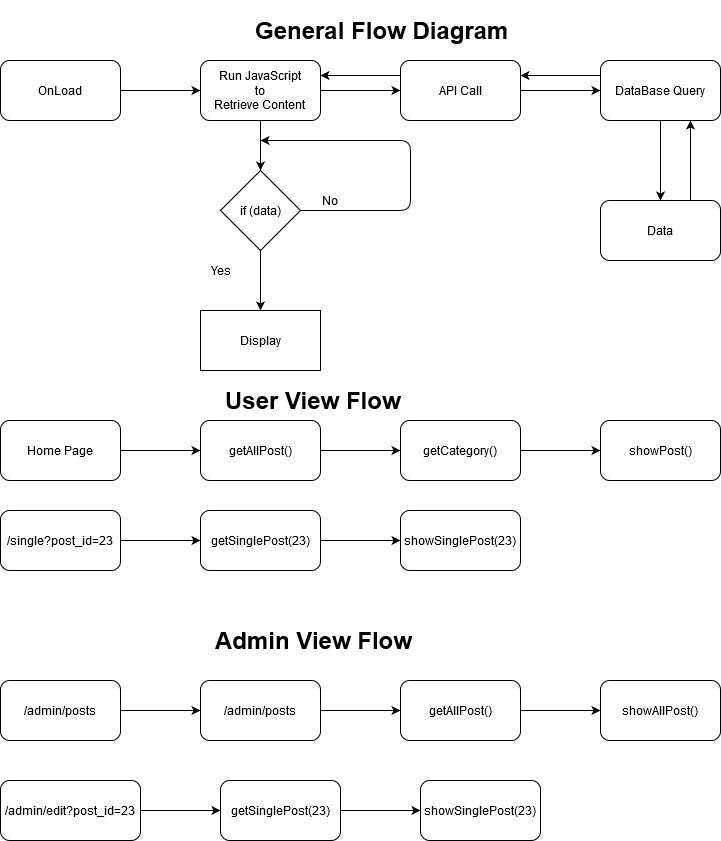
The draw.io diagram public/images/flow_diagram.png in shubhamtyagihkt/cms-nodejs, before a commit. Source tidied: cells renumbered, new cells last; positions are measured from the earlier drawing's top-left corner, leaving out a move shared by most shapes. Source of this version:
```xml
<mxGraphModel>
  <root>
    <mxCell id="0" />
    <mxCell id="1" parent="0" />
    <mxCell id="2" style="edgeStyle=orthogonalEdgeStyle;rounded=0;jettySize=auto;html=1;" parent="1" edge="1" source="3" target="6">
      <mxGeometry relative="1" as="geometry" />
    </mxCell>
    <mxCell id="3" value="OnLoad" style="rounded=1;whiteSpace=wrap;html=1;" parent="1" vertex="1">
      <mxGeometry y="50" width="120" height="60" as="geometry" />
    </mxCell>
    <mxCell id="4" style="edgeStyle=orthogonalEdgeStyle;rounded=0;jettySize=auto;html=1;" parent="1" edge="1" source="6" target="8">
      <mxGeometry relative="1" as="geometry" />
    </mxCell>
    <mxCell id="5" style="edgeStyle=orthogonalEdgeStyle;rounded=0;jettySize=auto;html=1;" parent="1" edge="1" source="6">
      <mxGeometry relative="1" as="geometry">
        <mxPoint x="260" y="160" as="targetPoint" />
      </mxGeometry>
    </mxCell>
    <mxCell id="6" value="&lt;div&gt;Run JavaScript&lt;/div&gt;&lt;div&gt;to &lt;br&gt;&lt;/div&gt;&lt;div&gt;Retrieve Content&lt;br&gt;&lt;/div&gt;" style="rounded=1;whiteSpace=wrap;html=1;" parent="1" vertex="1">
      <mxGeometry x="200" y="50" width="120" height="60" as="geometry" />
    </mxCell>
    <mxCell id="7" style="edgeStyle=orthogonalEdgeStyle;rounded=0;jettySize=auto;html=1;" parent="1" edge="1" source="8" target="10">
      <mxGeometry relative="1" as="geometry" />
    </mxCell>
    <mxCell id="8" value="API Call" style="rounded=1;whiteSpace=wrap;html=1;" parent="1" vertex="1">
      <mxGeometry x="400" y="50" width="120" height="60" as="geometry" />
    </mxCell>
    <mxCell id="9" style="edgeStyle=orthogonalEdgeStyle;rounded=0;jettySize=auto;html=1;" parent="1" edge="1" source="10" target="11">
      <mxGeometry relative="1" as="geometry" />
    </mxCell>
    <mxCell id="10" value="DataBase Query" style="rounded=1;whiteSpace=wrap;html=1;" parent="1" vertex="1">
      <mxGeometry x="600" y="50" width="120" height="60" as="geometry" />
    </mxCell>
    <mxCell id="11" value="Data" style="rounded=1;whiteSpace=wrap;html=1;" parent="1" vertex="1">
      <mxGeometry x="600" y="190" width="120" height="60" as="geometry" />
    </mxCell>
    <mxCell id="12" style="endArrow=classic;html=1;exitX=0.75;exitY=0;exitDx=0;exitDy=0;entryX=0.75;entryY=1;entryDx=0;entryDy=0;" parent="1" edge="1" source="11" target="10">
      <mxGeometry relative="1" as="geometry" />
    </mxCell>
    <mxCell id="13" style="endArrow=classic;html=1;exitX=0;exitY=0.25;exitDx=0;exitDy=0;entryX=1;entryY=0.25;entryDx=0;entryDy=0;" parent="1" edge="1" source="10" target="8">
      <mxGeometry relative="1" as="geometry" />
    </mxCell>
    <mxCell id="14" style="endArrow=classic;html=1;exitX=0;exitY=0.25;exitDx=0;exitDy=0;entryX=1;entryY=0.25;entryDx=0;entryDy=0;" parent="1" edge="1" source="8" target="6">
      <mxGeometry relative="1" as="geometry" />
    </mxCell>
    <mxCell id="15" style="edgeStyle=orthogonalEdgeStyle;rounded=0;jettySize=auto;html=1;" parent="1" edge="1" source="16" target="17">
      <mxGeometry relative="1" as="geometry" />
    </mxCell>
    <mxCell id="16" value="if (data)" style="rhombus;whiteSpace=wrap;html=1;" parent="1" vertex="1">
      <mxGeometry x="220" y="160" width="80" height="80" as="geometry" />
    </mxCell>
    <mxCell id="17" value="Display" style="whiteSpace=wrap;html=1;" parent="1" vertex="1">
      <mxGeometry x="200" y="300" width="120" height="60" as="geometry" />
    </mxCell>
    <mxCell id="18" style="endArrow=classic;html=1;exitX=1;exitY=0.5;exitDx=0;exitDy=0;" parent="1" edge="1" source="16">
      <mxGeometry relative="1" as="geometry">
        <mxPoint x="260" y="130" as="targetPoint" />
        <Array as="points">
          <mxPoint x="410" y="200" />
          <mxPoint x="410" y="130" />
        </Array>
      </mxGeometry>
    </mxCell>
    <mxCell id="19" value="No" style="text;html=1;strokeColor=none;fillColor=none;align=center;verticalAlign=middle;whiteSpace=wrap;rounded=0;" parent="1" vertex="1">
      <mxGeometry x="310" y="180" width="40" height="20" as="geometry" />
    </mxCell>
    <mxCell id="20" value="Yes" style="text;html=1;align=center;verticalAlign=middle;" parent="1" vertex="1">
      <mxGeometry x="205" y="250" width="30" height="20" as="geometry" />
    </mxCell>
    <mxCell id="21" style="edgeStyle=orthogonalEdgeStyle;rounded=0;jettySize=auto;html=1;" parent="1" edge="1" source="22" target="24">
      <mxGeometry relative="1" as="geometry" />
    </mxCell>
    <mxCell id="22" value="Home Page" style="rounded=1;whiteSpace=wrap;html=1;" parent="1" vertex="1">
      <mxGeometry y="410" width="120" height="60" as="geometry" />
    </mxCell>
    <mxCell id="23" style="edgeStyle=orthogonalEdgeStyle;rounded=0;jettySize=auto;html=1;" parent="1" edge="1" source="24" target="26">
      <mxGeometry relative="1" as="geometry" />
    </mxCell>
    <mxCell id="24" value="getAllPost()" style="whiteSpace=wrap;html=1;rounded=1;" parent="1" vertex="1">
      <mxGeometry x="200" y="410" width="120" height="60" as="geometry" />
    </mxCell>
    <mxCell id="25" style="edgeStyle=orthogonalEdgeStyle;rounded=0;jettySize=auto;html=1;" parent="1" edge="1" source="26" target="27">
      <mxGeometry relative="1" as="geometry" />
    </mxCell>
    <mxCell id="26" value="getCategory()" style="whiteSpace=wrap;html=1;rounded=1;" parent="1" vertex="1">
      <mxGeometry x="400" y="410" width="120" height="60" as="geometry" />
    </mxCell>
    <mxCell id="27" value="showPost()" style="whiteSpace=wrap;html=1;rounded=1;" parent="1" vertex="1">
      <mxGeometry x="600" y="410" width="120" height="60" as="geometry" />
    </mxCell>
    <mxCell id="28" style="edgeStyle=orthogonalEdgeStyle;rounded=0;jettySize=auto;html=1;" parent="1" edge="1" source="29" target="31">
      <mxGeometry relative="1" as="geometry" />
    </mxCell>
    <mxCell id="29" value="/single?post_id=23" style="rounded=1;whiteSpace=wrap;html=1;" parent="1" vertex="1">
      <mxGeometry y="500" width="120" height="60" as="geometry" />
    </mxCell>
    <mxCell id="30" style="edgeStyle=orthogonalEdgeStyle;rounded=0;jettySize=auto;html=1;" parent="1" edge="1" source="31" target="32">
      <mxGeometry relative="1" as="geometry" />
    </mxCell>
    <mxCell id="31" value="getSinglePost(23)" style="rounded=1;whiteSpace=wrap;html=1;" parent="1" vertex="1">
      <mxGeometry x="200" y="500" width="120" height="60" as="geometry" />
    </mxCell>
    <mxCell id="32" value="showSinglePost(23)" style="rounded=1;whiteSpace=wrap;html=1;" parent="1" vertex="1">
      <mxGeometry x="400" y="500" width="120" height="60" as="geometry" />
    </mxCell>
    <mxCell id="33" style="edgeStyle=orthogonalEdgeStyle;rounded=0;jettySize=auto;html=1;" parent="1" edge="1" source="34" target="36">
      <mxGeometry relative="1" as="geometry" />
    </mxCell>
    <mxCell id="34" value="/admin/posts" style="rounded=1;whiteSpace=wrap;html=1;" parent="1" vertex="1">
      <mxGeometry y="670" width="120" height="60" as="geometry" />
    </mxCell>
    <mxCell id="35" style="edgeStyle=orthogonalEdgeStyle;rounded=0;jettySize=auto;html=1;" parent="1" edge="1" source="36" target="38">
      <mxGeometry relative="1" as="geometry" />
    </mxCell>
    <mxCell id="36" value="/admin/posts" style="rounded=1;whiteSpace=wrap;html=1;" parent="1" vertex="1">
      <mxGeometry x="200" y="670" width="120" height="60" as="geometry" />
    </mxCell>
    <mxCell id="37" style="edgeStyle=orthogonalEdgeStyle;rounded=0;jettySize=auto;html=1;" parent="1" edge="1" source="38" target="39">
      <mxGeometry relative="1" as="geometry" />
    </mxCell>
    <mxCell id="38" value="getAllPost()" style="rounded=1;whiteSpace=wrap;html=1;" parent="1" vertex="1">
      <mxGeometry x="400" y="670" width="120" height="60" as="geometry" />
    </mxCell>
    <mxCell id="39" value="showAllPost()" style="rounded=1;whiteSpace=wrap;html=1;" parent="1" vertex="1">
      <mxGeometry x="600" y="670" width="120" height="60" as="geometry" />
    </mxCell>
    <mxCell id="40" style="edgeStyle=orthogonalEdgeStyle;rounded=0;jettySize=auto;html=1;" parent="1" edge="1" source="41" target="43">
      <mxGeometry relative="1" as="geometry" />
    </mxCell>
    <mxCell id="41" value="/admin/edit?post_id=23" style="rounded=1;whiteSpace=wrap;html=1;" parent="1" vertex="1">
      <mxGeometry y="770" width="140" height="60" as="geometry" />
    </mxCell>
    <mxCell id="42" style="edgeStyle=orthogonalEdgeStyle;rounded=0;jettySize=auto;html=1;" parent="1" edge="1" source="43" target="44">
      <mxGeometry relative="1" as="geometry" />
    </mxCell>
    <mxCell id="43" value="getSinglePost(23)" style="rounded=1;whiteSpace=wrap;html=1;" parent="1" vertex="1">
      <mxGeometry x="220" y="770" width="120" height="60" as="geometry" />
    </mxCell>
    <mxCell id="44" value="showSinglePost(23)" style="rounded=1;whiteSpace=wrap;html=1;" parent="1" vertex="1">
      <mxGeometry x="420" y="770" width="120" height="60" as="geometry" />
    </mxCell>
    <mxCell id="45" value="&lt;h1&gt;General Flow Diagram &lt;br&gt;&lt;/h1&gt;" style="text;html=1;strokeColor=none;fillColor=none;spacing=5;spacingTop=-20;whiteSpace=wrap;overflow=hidden;rounded=0;" parent="1" vertex="1">
      <mxGeometry x="250" width="290" height="40" as="geometry" />
    </mxCell>
    <mxCell id="46" value="&lt;h1&gt;User View Flow&lt;br&gt;&lt;/h1&gt;" style="text;html=1;strokeColor=none;fillColor=none;spacing=5;spacingTop=-20;whiteSpace=wrap;overflow=hidden;rounded=0;" parent="1" vertex="1">
      <mxGeometry x="220" y="370" width="290" height="40" as="geometry" />
    </mxCell>
    <mxCell id="47" value="&lt;h1&gt;Admin View Flow&lt;br&gt;&lt;/h1&gt;" style="text;html=1;strokeColor=none;fillColor=none;spacing=5;spacingTop=-20;whiteSpace=wrap;overflow=hidden;rounded=0;" parent="1" vertex="1">
      <mxGeometry x="210" y="610" width="290" height="40" as="geometry" />
    </mxCell>
  </root>
</mxGraphModel>
```
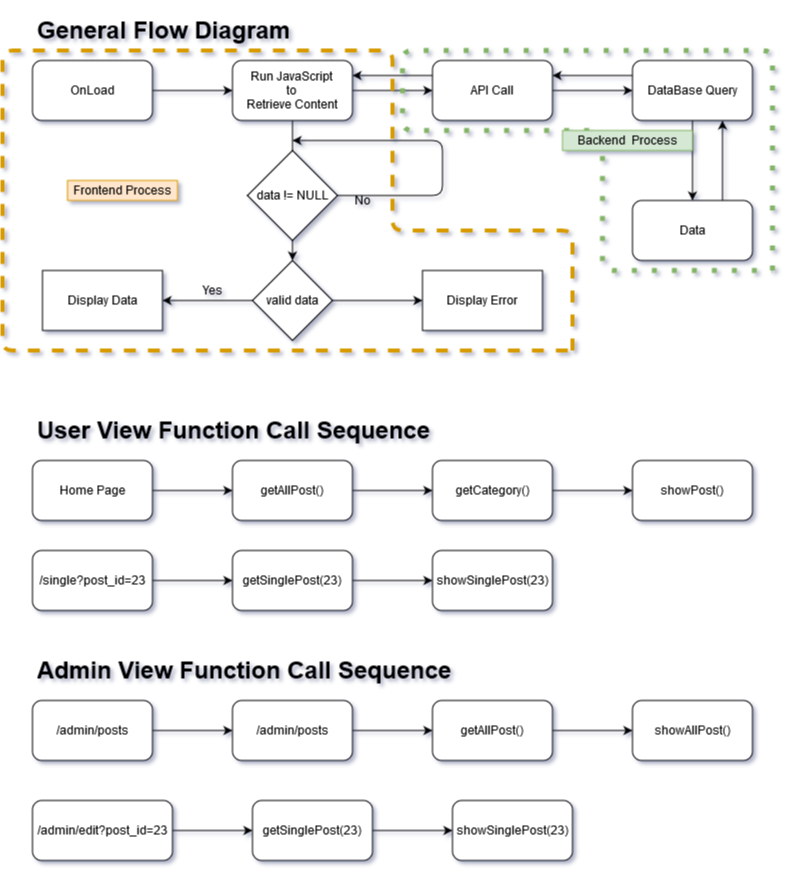
Later version of the same file.

Commit message:
update flow-diagram README.md

The edit, as a diff of the source:
```diff
@@ -43,20 +43,20 @@
     <mxCell id="14" style="endArrow=classic;html=1;exitX=0;exitY=0.25;exitDx=0;exitDy=0;entryX=1;entryY=0.25;entryDx=0;entryDy=0;" parent="1" edge="1" source="8" target="6">
       <mxGeometry relative="1" as="geometry" />
     </mxCell>
-    <mxCell id="15" style="edgeStyle=orthogonalEdgeStyle;rounded=0;jettySize=auto;html=1;" parent="1" edge="1" source="16" target="17">
-      <mxGeometry relative="1" as="geometry" />
-    </mxCell>
+    <mxCell id="48" style="edgeStyle=orthogonalEdgeStyle;rounded=0;jettySize=auto;html=1;exitX=0.5;exitY=1;exitDx=0;exitDy=0;entryX=0.5;entryY=0;entryDx=0;entryDy=0;" parent="1" edge="1" source="16" target="51">
+      <mxGeometry relative="1" as="geometry" />
+    </mxCell>
-    <mxCell id="16" value="if (data)" style="rhombus;whiteSpace=wrap;html=1;" parent="1" vertex="1">
-      <mxGeometry x="220" y="160" width="80" height="80" as="geometry" />
+    <mxCell id="16" value="data != NULL" style="rhombus;whiteSpace=wrap;html=1;" parent="1" vertex="1">
+      <mxGeometry x="215" y="140" width="90" height="90" as="geometry" />
     </mxCell>
-    <mxCell id="17" value="Display" style="whiteSpace=wrap;html=1;" parent="1" vertex="1">
-      <mxGeometry x="200" y="300" width="120" height="60" as="geometry" />
+    <mxCell id="17" value="Display Data" style="whiteSpace=wrap;html=1;" parent="1" vertex="1">
+      <mxGeometry x="10" y="260" width="120" height="60" as="geometry" />
     </mxCell>
     <mxCell id="18" style="endArrow=classic;html=1;exitX=1;exitY=0.5;exitDx=0;exitDy=0;" parent="1" edge="1" source="16">
       <mxGeometry relative="1" as="geometry">
         <mxPoint x="260" y="130" as="targetPoint" />
         <Array as="points">
-          <mxPoint x="410" y="200" />
+          <mxPoint x="410" y="185" />
           <mxPoint x="410" y="130" />
         </Array>
       </mxGeometry>
@@ -64,89 +64,135 @@
     <mxCell id="19" value="No" style="text;html=1;strokeColor=none;fillColor=none;align=center;verticalAlign=middle;whiteSpace=wrap;rounded=0;" parent="1" vertex="1">
       <mxGeometry x="310" y="180" width="40" height="20" as="geometry" />
     </mxCell>
-    <mxCell id="20" value="Yes" style="text;html=1;align=center;verticalAlign=middle;" parent="1" vertex="1">
-      <mxGeometry x="205" y="250" width="30" height="20" as="geometry" />
-    </mxCell>
     <mxCell id="21" style="edgeStyle=orthogonalEdgeStyle;rounded=0;jettySize=auto;html=1;" parent="1" edge="1" source="22" target="24">
       <mxGeometry relative="1" as="geometry" />
     </mxCell>
     <mxCell id="22" value="Home Page" style="rounded=1;whiteSpace=wrap;html=1;" parent="1" vertex="1">
-      <mxGeometry y="410" width="120" height="60" as="geometry" />
+      <mxGeometry y="450" width="120" height="60" as="geometry" />
     </mxCell>
     <mxCell id="23" style="edgeStyle=orthogonalEdgeStyle;rounded=0;jettySize=auto;html=1;" parent="1" edge="1" source="24" target="26">
       <mxGeometry relative="1" as="geometry" />
     </mxCell>
     <mxCell id="24" value="getAllPost()" style="whiteSpace=wrap;html=1;rounded=1;" parent="1" vertex="1">
-      <mxGeometry x="200" y="410" width="120" height="60" as="geometry" />
+      <mxGeometry x="200" y="450" width="120" height="60" as="geometry" />
     </mxCell>
     <mxCell id="25" style="edgeStyle=orthogonalEdgeStyle;rounded=0;jettySize=auto;html=1;" parent="1" edge="1" source="26" target="27">
       <mxGeometry relative="1" as="geometry" />
     </mxCell>
     <mxCell id="26" value="getCategory()" style="whiteSpace=wrap;html=1;rounded=1;" parent="1" vertex="1">
-      <mxGeometry x="400" y="410" width="120" height="60" as="geometry" />
+      <mxGeometry x="400" y="450" width="120" height="60" as="geometry" />
     </mxCell>
     <mxCell id="27" value="showPost()" style="whiteSpace=wrap;html=1;rounded=1;" parent="1" vertex="1">
-      <mxGeometry x="600" y="410" width="120" height="60" as="geometry" />
+      <mxGeometry x="600" y="450" width="120" height="60" as="geometry" />
     </mxCell>
     <mxCell id="28" style="edgeStyle=orthogonalEdgeStyle;rounded=0;jettySize=auto;html=1;" parent="1" edge="1" source="29" target="31">
       <mxGeometry relative="1" as="geometry" />
     </mxCell>
     <mxCell id="29" value="/single?post_id=23" style="rounded=1;whiteSpace=wrap;html=1;" parent="1" vertex="1">
-      <mxGeometry y="500" width="120" height="60" as="geometry" />
+      <mxGeometry y="540" width="120" height="60" as="geometry" />
     </mxCell>
     <mxCell id="30" style="edgeStyle=orthogonalEdgeStyle;rounded=0;jettySize=auto;html=1;" parent="1" edge="1" source="31" target="32">
       <mxGeometry relative="1" as="geometry" />
     </mxCell>
     <mxCell id="31" value="getSinglePost(23)" style="rounded=1;whiteSpace=wrap;html=1;" parent="1" vertex="1">
-      <mxGeometry x="200" y="500" width="120" height="60" as="geometry" />
+      <mxGeometry x="200" y="540" width="120" height="60" as="geometry" />
     </mxCell>
     <mxCell id="32" value="showSinglePost(23)" style="rounded=1;whiteSpace=wrap;html=1;" parent="1" vertex="1">
-      <mxGeometry x="400" y="500" width="120" height="60" as="geometry" />
+      <mxGeometry x="400" y="540" width="120" height="60" as="geometry" />
     </mxCell>
     <mxCell id="33" style="edgeStyle=orthogonalEdgeStyle;rounded=0;jettySize=auto;html=1;" parent="1" edge="1" source="34" target="36">
       <mxGeometry relative="1" as="geometry" />
     </mxCell>
     <mxCell id="34" value="/admin/posts" style="rounded=1;whiteSpace=wrap;html=1;" parent="1" vertex="1">
-      <mxGeometry y="670" width="120" height="60" as="geometry" />
+      <mxGeometry y="690" width="120" height="60" as="geometry" />
     </mxCell>
     <mxCell id="35" style="edgeStyle=orthogonalEdgeStyle;rounded=0;jettySize=auto;html=1;" parent="1" edge="1" source="36" target="38">
       <mxGeometry relative="1" as="geometry" />
     </mxCell>
     <mxCell id="36" value="/admin/posts" style="rounded=1;whiteSpace=wrap;html=1;" parent="1" vertex="1">
-      <mxGeometry x="200" y="670" width="120" height="60" as="geometry" />
+      <mxGeometry x="200" y="690" width="120" height="60" as="geometry" />
     </mxCell>
     <mxCell id="37" style="edgeStyle=orthogonalEdgeStyle;rounded=0;jettySize=auto;html=1;" parent="1" edge="1" source="38" target="39">
       <mxGeometry relative="1" as="geometry" />
     </mxCell>
     <mxCell id="38" value="getAllPost()" style="rounded=1;whiteSpace=wrap;html=1;" parent="1" vertex="1">
-      <mxGeometry x="400" y="670" width="120" height="60" as="geometry" />
+      <mxGeometry x="400" y="690" width="120" height="60" as="geometry" />
     </mxCell>
     <mxCell id="39" value="showAllPost()" style="rounded=1;whiteSpace=wrap;html=1;" parent="1" vertex="1">
-      <mxGeometry x="600" y="670" width="120" height="60" as="geometry" />
+      <mxGeometry x="600" y="690" width="120" height="60" as="geometry" />
     </mxCell>
     <mxCell id="40" style="edgeStyle=orthogonalEdgeStyle;rounded=0;jettySize=auto;html=1;" parent="1" edge="1" source="41" target="43">
       <mxGeometry relative="1" as="geometry" />
     </mxCell>
     <mxCell id="41" value="/admin/edit?post_id=23" style="rounded=1;whiteSpace=wrap;html=1;" parent="1" vertex="1">
-      <mxGeometry y="770" width="140" height="60" as="geometry" />
+      <mxGeometry y="790" width="140" height="60" as="geometry" />
     </mxCell>
     <mxCell id="42" style="edgeStyle=orthogonalEdgeStyle;rounded=0;jettySize=auto;html=1;" parent="1" edge="1" source="43" target="44">
       <mxGeometry relative="1" as="geometry" />
     </mxCell>
     <mxCell id="43" value="getSinglePost(23)" style="rounded=1;whiteSpace=wrap;html=1;" parent="1" vertex="1">
-      <mxGeometry x="220" y="770" width="120" height="60" as="geometry" />
+      <mxGeometry x="220" y="790" width="120" height="60" as="geometry" />
     </mxCell>
     <mxCell id="44" value="showSinglePost(23)" style="rounded=1;whiteSpace=wrap;html=1;" parent="1" vertex="1">
-      <mxGeometry x="420" y="770" width="120" height="60" as="geometry" />
+      <mxGeometry x="420" y="790" width="120" height="60" as="geometry" />
     </mxCell>
     <mxCell id="45" value="&lt;h1&gt;General Flow Diagram &lt;br&gt;&lt;/h1&gt;" style="text;html=1;strokeColor=none;fillColor=none;spacing=5;spacingTop=-20;whiteSpace=wrap;overflow=hidden;rounded=0;" parent="1" vertex="1">
-      <mxGeometry x="250" width="290" height="40" as="geometry" />
+      <mxGeometry width="290" height="40" as="geometry" />
     </mxCell>
-    <mxCell id="46" value="&lt;h1&gt;User View Flow&lt;br&gt;&lt;/h1&gt;" style="text;html=1;strokeColor=none;fillColor=none;spacing=5;spacingTop=-20;whiteSpace=wrap;overflow=hidden;rounded=0;" parent="1" vertex="1">
-      <mxGeometry x="220" y="370" width="290" height="40" as="geometry" />
+    <mxCell id="46" value="&lt;h1&gt;User View Function Call Sequence&lt;br&gt;&lt;/h1&gt;" style="text;html=1;strokeColor=none;fillColor=none;spacing=5;spacingTop=-20;whiteSpace=wrap;overflow=hidden;rounded=0;" parent="1" vertex="1">
+      <mxGeometry y="400" width="410" height="40" as="geometry" />
     </mxCell>
-    <mxCell id="47" value="&lt;h1&gt;Admin View Flow&lt;br&gt;&lt;/h1&gt;" style="text;html=1;strokeColor=none;fillColor=none;spacing=5;spacingTop=-20;whiteSpace=wrap;overflow=hidden;rounded=0;" parent="1" vertex="1">
-      <mxGeometry x="210" y="610" width="290" height="40" as="geometry" />
+    <mxCell id="47" value="&lt;h1&gt;Admin View Function Call Sequence&lt;br&gt;&lt;/h1&gt;" style="text;html=1;strokeColor=none;fillColor=none;spacing=5;spacingTop=-20;whiteSpace=wrap;overflow=hidden;rounded=0;" parent="1" vertex="1">
+      <mxGeometry y="640" width="450" height="40" as="geometry" />
     </mxCell>
+    <mxCell id="49" style="edgeStyle=orthogonalEdgeStyle;rounded=0;jettySize=auto;html=1;entryX=1;entryY=0.5;entryDx=0;entryDy=0;" parent="1" edge="1" source="51" target="17">
+      <mxGeometry relative="1" as="geometry" />
+    </mxCell>
+    <mxCell id="50" style="edgeStyle=orthogonalEdgeStyle;rounded=0;jettySize=auto;html=1;" parent="1" edge="1" source="51">
+      <mxGeometry relative="1" as="geometry">
+        <mxPoint x="390" y="290" as="targetPoint" />
+      </mxGeometry>
+    </mxCell>
+    <mxCell id="51" value="valid data" style="rhombus;whiteSpace=wrap;html=1;" parent="1" vertex="1">
+      <mxGeometry x="220" y="250" width="80" height="80" as="geometry" />
+    </mxCell>
+    <mxCell id="20" value="Yes" style="text;html=1;align=center;verticalAlign=middle;" parent="1" vertex="1">
+      <mxGeometry x="165" y="270" width="30" height="20" as="geometry" />
+    </mxCell>
+    <mxCell id="52" value="Display Error" style="whiteSpace=wrap;html=1;" parent="1" vertex="1">
+      <mxGeometry x="390" y="260" width="120" height="60" as="geometry" />
+    </mxCell>
+    <mxCell id="53" style="endArrow=none;dashed=1;html=1;dashPattern=1 3;strokeWidth=5;fillColor=#d5e8d4;strokeColor=#82b366;" parent="1" edge="1">
+      <mxGeometry relative="1" as="geometry">
+        <mxPoint x="740" y="260" as="sourcePoint" />
+        <mxPoint x="740" y="260" as="targetPoint" />
+        <Array as="points">
+          <mxPoint x="740" y="40" />
+          <mxPoint x="370" y="40" />
+          <mxPoint x="370" y="120" />
+          <mxPoint x="570" y="120" />
+          <mxPoint x="570" y="260" />
+        </Array>
+      </mxGeometry>
+    </mxCell>
+    <mxCell id="54" value="Backend&amp;nbsp; Process" style="text;html=1;strokeColor=#82b366;fillColor=#d5e8d4;align=center;verticalAlign=middle;whiteSpace=wrap;rounded=0;" parent="1" vertex="1">
+      <mxGeometry x="530" y="120" width="130" height="20" as="geometry" />
+    </mxCell>
+    <mxCell id="55" style="endArrow=none;dashed=1;html=1;fillColor=#ffe6cc;strokeColor=#d79b00;strokeWidth=4;" parent="1" edge="1">
+      <mxGeometry relative="1" as="geometry">
+        <mxPoint x="540" y="340" as="sourcePoint" />
+        <mxPoint x="540" y="340" as="targetPoint" />
+        <Array as="points">
+          <mxPoint x="540" y="220" />
+          <mxPoint x="360" y="220" />
+          <mxPoint x="360" y="40" />
+          <mxPoint x="-30" y="40" />
+          <mxPoint x="-30" y="340" />
+        </Array>
+      </mxGeometry>
+    </mxCell>
+    <mxCell id="56" value="Frontend Process" style="text;html=1;align=center;verticalAlign=middle;fillColor=#ffe6cc;strokeColor=#d79b00;" parent="1" vertex="1">
+      <mxGeometry x="35" y="170" width="110" height="20" as="geometry" />
+    </mxCell>
   </root>
 </mxGraphModel>
```
